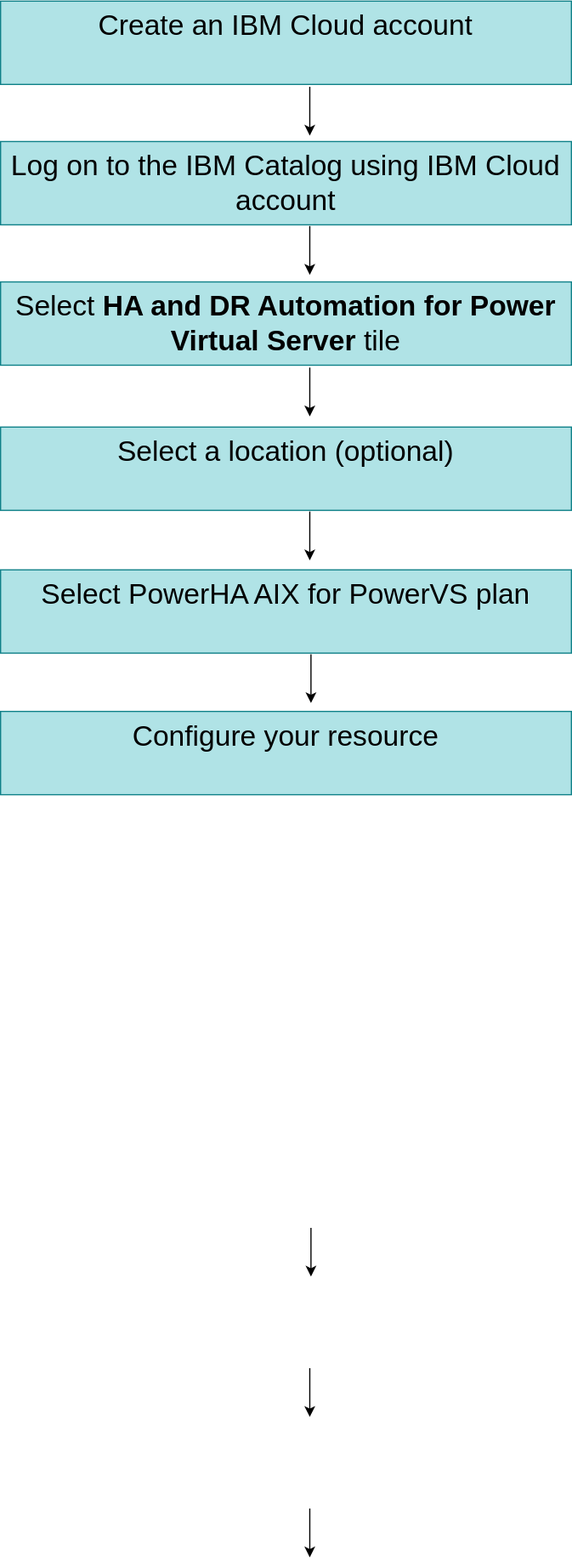
Before: images/Power-ha-suits-flow-diagram.svg, a diagram exported from draw.io (ibm-cloud-docs/dr-automation-powervs). Source tidied: cells renumbered, new cells last; positions are measured from the earlier drawing's top-left corner, leaving out a move shared by most shapes. Source of this version:
```xml
<mxGraphModel>
  <root>
    <mxCell id="0" />
    <mxCell id="1" parent="0" />
    <mxCell id="2" value="&lt;font style=&quot;font-size: 24px;&quot;&gt;Log on to the IBM Catalog using IBM Cloud account&lt;/font&gt;" style="text;html=1;whiteSpace=wrap;overflow=hidden;rounded=0;fillColor=#b0e3e6;strokeColor=#0e8088;align=center;" parent="1" vertex="1">
      <mxGeometry y="118" width="480" height="70" as="geometry" />
    </mxCell>
    <mxCell id="3" value="&lt;font style=&quot;font-size: 24px;&quot;&gt;Select&amp;nbsp;&lt;b style=&quot;&quot;&gt;HA and DR Automation for&amp;nbsp;&lt;/b&gt;&lt;b&gt;Power Virtual Server&amp;nbsp;&lt;/b&gt;tile&lt;/font&gt;" style="text;html=1;whiteSpace=wrap;overflow=hidden;rounded=0;fillColor=#b0e3e6;strokeColor=#0e8088;align=center;" parent="1" vertex="1">
      <mxGeometry y="236" width="480" height="70" as="geometry" />
    </mxCell>
    <mxCell id="4" value="&lt;font style=&quot;font-size: 24px;&quot;&gt;Select PowerHA AIX for PowerVS plan&lt;/font&gt;" style="text;html=1;whiteSpace=wrap;overflow=hidden;rounded=0;fillColor=#b0e3e6;strokeColor=#0e8088;align=center;" parent="1" vertex="1">
      <mxGeometry y="478" width="480" height="70" as="geometry" />
    </mxCell>
    <mxCell id="5" value="&lt;font style=&quot;font-size: 24px;&quot;&gt;Configure your resource&lt;/font&gt;" style="text;html=1;whiteSpace=wrap;overflow=hidden;rounded=0;fillColor=#b0e3e6;strokeColor=#0e8088;align=center;" parent="1" vertex="1">
      <mxGeometry y="597" width="480" height="70" as="geometry" />
    </mxCell>
    <mxCell id="6" value="&lt;font style=&quot;font-size: 24px;&quot;&gt;Create an IBM Cloud account&lt;/font&gt;" style="text;html=1;whiteSpace=wrap;overflow=hidden;rounded=0;fillColor=#b0e3e6;strokeColor=#0e8088;align=center;" parent="1" vertex="1">
      <mxGeometry width="480" height="70" as="geometry" />
    </mxCell>
    <mxCell id="7" value="&lt;font style=&quot;font-size: 24px;&quot;&gt;Select a location (optional)&lt;/font&gt;" style="text;html=1;whiteSpace=wrap;overflow=hidden;rounded=0;fillColor=#b0e3e6;strokeColor=#0e8088;align=center;" parent="1" vertex="1">
      <mxGeometry y="358" width="480" height="70" as="geometry" />
    </mxCell>
    <mxCell id="8" style="endArrow=classic;html=1;rounded=0;" parent="1" edge="1">
      <mxGeometry relative="1" as="geometry">
        <mxPoint x="260" y="1267" as="sourcePoint" />
        <mxPoint x="260" y="1308" as="targetPoint" />
      </mxGeometry>
    </mxCell>
    <mxCell id="9" style="endArrow=classic;html=1;rounded=0;" parent="1" edge="1">
      <mxGeometry relative="1" as="geometry">
        <mxPoint x="260" y="1149" as="sourcePoint" />
        <mxPoint x="260" y="1190" as="targetPoint" />
      </mxGeometry>
    </mxCell>
    <mxCell id="10" style="endArrow=classic;html=1;rounded=0;" parent="1" edge="1">
      <mxGeometry relative="1" as="geometry">
        <mxPoint x="261" y="1031" as="sourcePoint" />
        <mxPoint x="261" y="1072" as="targetPoint" />
      </mxGeometry>
    </mxCell>
    <mxCell id="11" style="endArrow=classic;html=1;rounded=0;" parent="1" edge="1">
      <mxGeometry relative="1" as="geometry">
        <mxPoint x="261" y="549" as="sourcePoint" />
        <mxPoint x="261" y="590" as="targetPoint" />
      </mxGeometry>
    </mxCell>
    <mxCell id="12" style="endArrow=classic;html=1;rounded=0;" parent="1" edge="1">
      <mxGeometry relative="1" as="geometry">
        <mxPoint x="260" y="429" as="sourcePoint" />
        <mxPoint x="260" y="470" as="targetPoint" />
      </mxGeometry>
    </mxCell>
    <mxCell id="13" style="endArrow=classic;html=1;rounded=0;" parent="1" edge="1">
      <mxGeometry relative="1" as="geometry">
        <mxPoint x="260" y="308" as="sourcePoint" />
        <mxPoint x="260" y="349" as="targetPoint" />
      </mxGeometry>
    </mxCell>
    <mxCell id="14" style="endArrow=classic;html=1;rounded=0;" parent="1" edge="1">
      <mxGeometry relative="1" as="geometry">
        <mxPoint x="260" y="189" as="sourcePoint" />
        <mxPoint x="260" y="230" as="targetPoint" />
      </mxGeometry>
    </mxCell>
    <mxCell id="15" style="endArrow=classic;html=1;rounded=0;" parent="1" edge="1">
      <mxGeometry relative="1" as="geometry">
        <mxPoint x="260" y="72" as="sourcePoint" />
        <mxPoint x="260" y="113" as="targetPoint" />
      </mxGeometry>
    </mxCell>
  </root>
</mxGraphModel>
```
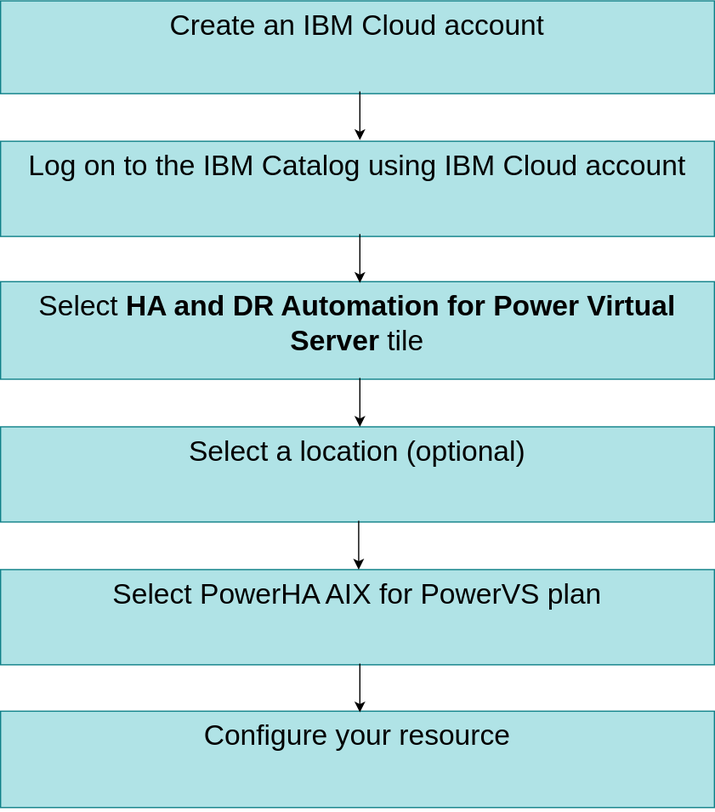
Above is the later version.

Change to the diagram source:
```diff
@@ -3,69 +3,51 @@
     <mxCell id="0" />
     <mxCell id="1" parent="0" />
     <mxCell id="2" value="&lt;font style=&quot;font-size: 24px;&quot;&gt;Log on to the IBM Catalog using IBM Cloud account&lt;/font&gt;" style="text;html=1;whiteSpace=wrap;overflow=hidden;rounded=0;fillColor=#b0e3e6;strokeColor=#0e8088;align=center;" parent="1" vertex="1">
-      <mxGeometry y="118" width="480" height="70" as="geometry" />
+      <mxGeometry y="118" width="600" height="80" as="geometry" />
     </mxCell>
     <mxCell id="3" value="&lt;font style=&quot;font-size: 24px;&quot;&gt;Select&amp;nbsp;&lt;b style=&quot;&quot;&gt;HA and DR Automation for&amp;nbsp;&lt;/b&gt;&lt;b&gt;Power Virtual Server&amp;nbsp;&lt;/b&gt;tile&lt;/font&gt;" style="text;html=1;whiteSpace=wrap;overflow=hidden;rounded=0;fillColor=#b0e3e6;strokeColor=#0e8088;align=center;" parent="1" vertex="1">
-      <mxGeometry y="236" width="480" height="70" as="geometry" />
+      <mxGeometry y="236" width="600" height="82" as="geometry" />
     </mxCell>
     <mxCell id="4" value="&lt;font style=&quot;font-size: 24px;&quot;&gt;Select PowerHA AIX for PowerVS plan&lt;/font&gt;" style="text;html=1;whiteSpace=wrap;overflow=hidden;rounded=0;fillColor=#b0e3e6;strokeColor=#0e8088;align=center;" parent="1" vertex="1">
-      <mxGeometry y="478" width="480" height="70" as="geometry" />
+      <mxGeometry y="478" width="600" height="80" as="geometry" />
     </mxCell>
     <mxCell id="5" value="&lt;font style=&quot;font-size: 24px;&quot;&gt;Configure your resource&lt;/font&gt;" style="text;html=1;whiteSpace=wrap;overflow=hidden;rounded=0;fillColor=#b0e3e6;strokeColor=#0e8088;align=center;" parent="1" vertex="1">
-      <mxGeometry y="597" width="480" height="70" as="geometry" />
+      <mxGeometry y="597" width="600" height="81" as="geometry" />
     </mxCell>
     <mxCell id="6" value="&lt;font style=&quot;font-size: 24px;&quot;&gt;Create an IBM Cloud account&lt;/font&gt;" style="text;html=1;whiteSpace=wrap;overflow=hidden;rounded=0;fillColor=#b0e3e6;strokeColor=#0e8088;align=center;" parent="1" vertex="1">
-      <mxGeometry width="480" height="70" as="geometry" />
+      <mxGeometry width="600" height="78" as="geometry" />
     </mxCell>
     <mxCell id="7" value="&lt;font style=&quot;font-size: 24px;&quot;&gt;Select a location (optional)&lt;/font&gt;" style="text;html=1;whiteSpace=wrap;overflow=hidden;rounded=0;fillColor=#b0e3e6;strokeColor=#0e8088;align=center;" parent="1" vertex="1">
-      <mxGeometry y="358" width="480" height="70" as="geometry" />
+      <mxGeometry y="358" width="600" height="80" as="geometry" />
     </mxCell>
-    <mxCell id="8" style="endArrow=classic;html=1;rounded=0;" parent="1" edge="1">
-      <mxGeometry relative="1" as="geometry">
-        <mxPoint x="260" y="1267" as="sourcePoint" />
-        <mxPoint x="260" y="1308" as="targetPoint" />
-      </mxGeometry>
-    </mxCell>
-    <mxCell id="9" style="endArrow=classic;html=1;rounded=0;" parent="1" edge="1">
-      <mxGeometry relative="1" as="geometry">
-        <mxPoint x="260" y="1149" as="sourcePoint" />
-        <mxPoint x="260" y="1190" as="targetPoint" />
-      </mxGeometry>
-    </mxCell>
-    <mxCell id="10" style="endArrow=classic;html=1;rounded=0;" parent="1" edge="1">
-      <mxGeometry relative="1" as="geometry">
-        <mxPoint x="261" y="1031" as="sourcePoint" />
-        <mxPoint x="261" y="1072" as="targetPoint" />
-      </mxGeometry>
-    </mxCell>
     <mxCell id="11" style="endArrow=classic;html=1;rounded=0;" parent="1" edge="1">
       <mxGeometry relative="1" as="geometry">
-        <mxPoint x="261" y="549" as="sourcePoint" />
-        <mxPoint x="261" y="590" as="targetPoint" />
+        <mxPoint x="302" y="557" as="sourcePoint" />
+        <mxPoint x="302" y="598" as="targetPoint" />
       </mxGeometry>
     </mxCell>
     <mxCell id="12" style="endArrow=classic;html=1;rounded=0;" parent="1" edge="1">
       <mxGeometry relative="1" as="geometry">
-        <mxPoint x="260" y="429" as="sourcePoint" />
-        <mxPoint x="260" y="470" as="targetPoint" />
+        <mxPoint x="301" y="437" as="sourcePoint" />
+        <mxPoint x="301" y="478" as="targetPoint" />
       </mxGeometry>
     </mxCell>
     <mxCell id="13" style="endArrow=classic;html=1;rounded=0;" parent="1" edge="1">
       <mxGeometry relative="1" as="geometry">
-        <mxPoint x="260" y="308" as="sourcePoint" />
-        <mxPoint x="260" y="349" as="targetPoint" />
+        <mxPoint x="302" y="317" as="sourcePoint" />
+        <mxPoint x="302" y="358" as="targetPoint" />
       </mxGeometry>
     </mxCell>
     <mxCell id="14" style="endArrow=classic;html=1;rounded=0;" parent="1" edge="1">
       <mxGeometry relative="1" as="geometry">
-        <mxPoint x="260" y="189" as="sourcePoint" />
-        <mxPoint x="260" y="230" as="targetPoint" />
+        <mxPoint x="302" y="196" as="sourcePoint" />
+        <mxPoint x="302" y="237" as="targetPoint" />
       </mxGeometry>
     </mxCell>
     <mxCell id="15" style="endArrow=classic;html=1;rounded=0;" parent="1" edge="1">
       <mxGeometry relative="1" as="geometry">
-        <mxPoint x="260" y="72" as="sourcePoint" />
-        <mxPoint x="260" y="113" as="targetPoint" />
+        <mxPoint x="302" y="76" as="sourcePoint" />
+        <mxPoint x="302" y="117" as="targetPoint" />
       </mxGeometry>
     </mxCell>
   </root>
```
